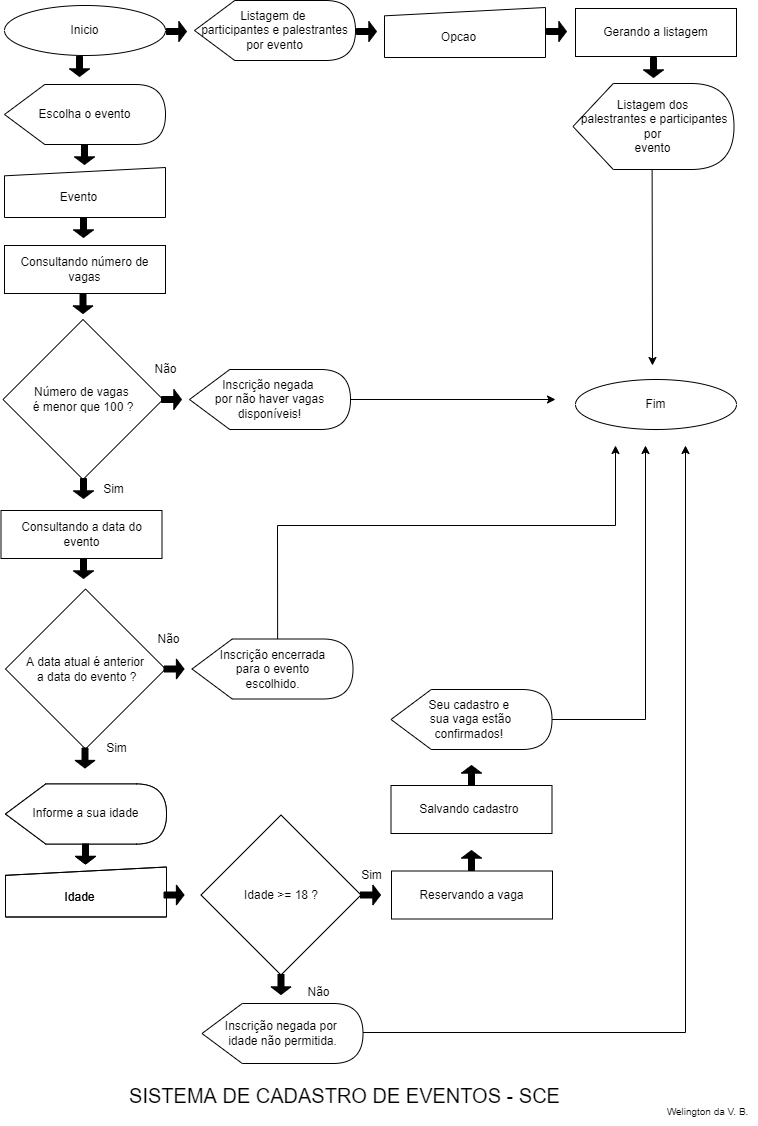
Earlier version of the draw.io export fluxograma-uc8-Atividade1.png (welingtonvb/uc8-atividade1). Source tidied: cells renumbered, new cells last; positions are measured from the earlier drawing's top-left corner, leaving out a move shared by most shapes.
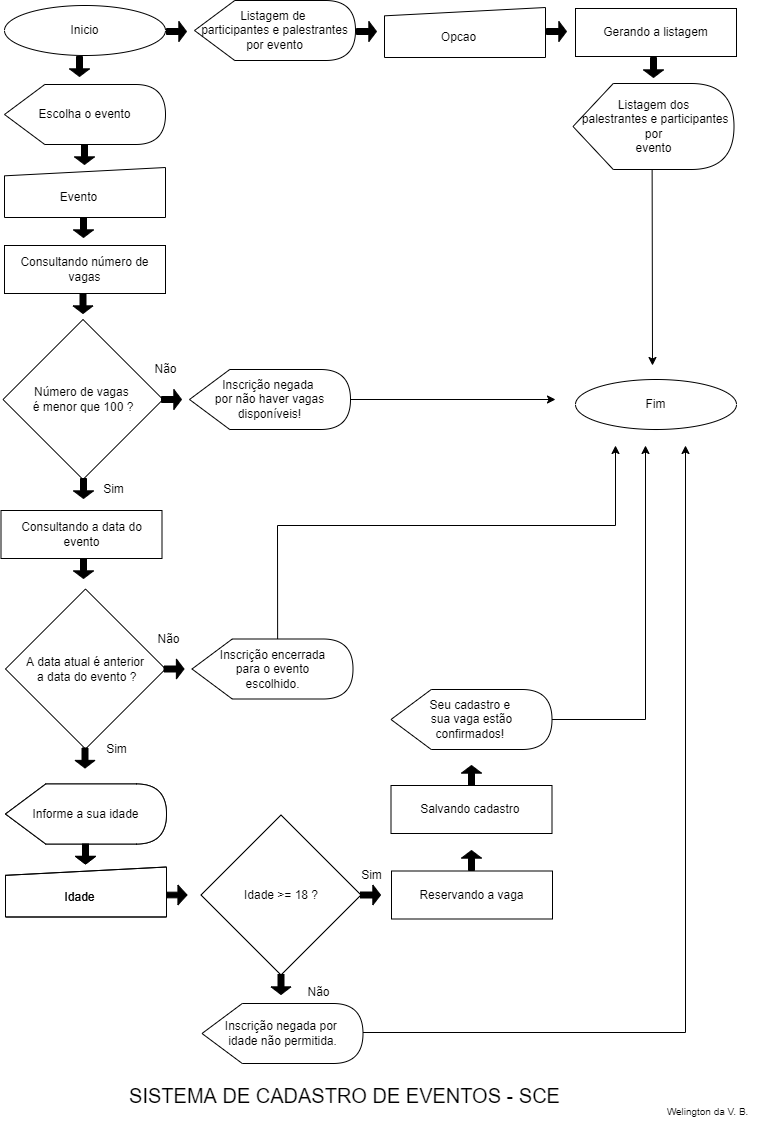
Later version of the same file.

Commit message:
Fluxograma corrigido

What changed in the source:
```diff
@@ -266,8 +266,8 @@
     <mxCell id="73" style="shape=singleArrow;direction=south;whiteSpace=wrap;html=1;arrowWidth=0.3;arrowSize=0.38255813953488293;fillColor=#000000;" parent="1" vertex="1">
       <mxGeometry x="72" y="558" width="20" height="20" as="geometry" />
     </mxCell>
-    <mxCell id="74" style="shape=singleArrow;direction=south;whiteSpace=wrap;html=1;arrowWidth=0.3;arrowSize=0.38255813953488293;fillColor=#000000;rotation=-90;" parent="1" vertex="1">
-      <mxGeometry x="162.5" y="884.5" width="20" height="20" as="geometry" />
+    <mxCell id="74" style="shape=singleArrow;direction=south;whiteSpace=wrap;html=1;arrowWidth=0.28333217075893347;arrowSize=0.45595179966518345;fillColor=#000000;rotation=-90;" parent="1" vertex="1">
+      <mxGeometry x="165.5" y="884.5" width="20" height="20" as="geometry" />
     </mxCell>
     <mxCell id="75" style="shape=singleArrow;direction=south;whiteSpace=wrap;html=1;arrowWidth=0.3;arrowSize=0.38255813953488293;fillColor=#000000;rotation=-180;" parent="1" vertex="1">
       <mxGeometry x="460" y="850" width="20" height="20" as="geometry" />
```
